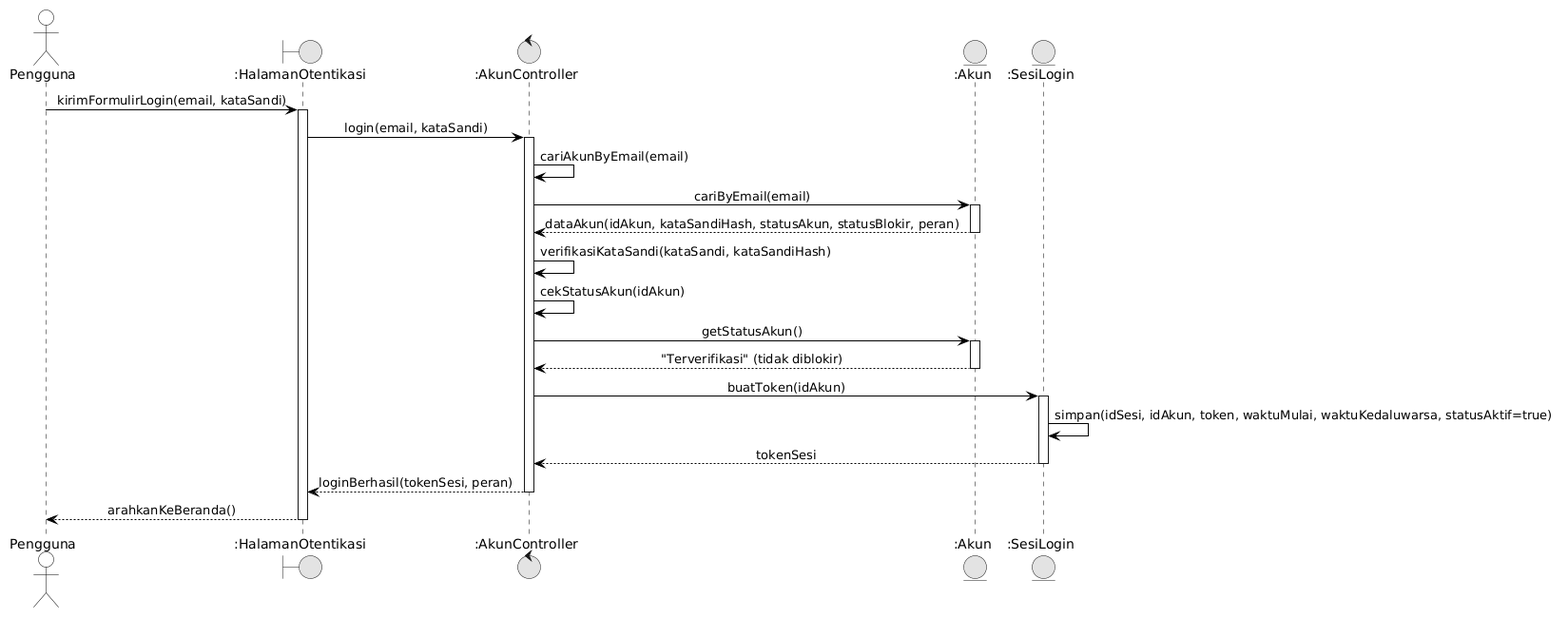
The PlantUML diagram docs/M7/assets/diagram/Sequence_UC03_Normal.png in ghaniyul/IF2150-RPL-K01-G02, before a commit. The source it was exported from:
```plantuml
@startuml
skinparam monochrome true
skinparam shadowing false
skinparam defaultFontName Arial
skinparam sequenceMessageAlign center
skinparam backgroundColor #FFFFFF

skinparam participant {
    BackgroundColor #FFFFFF
    BorderColor #000000
}
skinparam actor {
    BackgroundColor #FFFFFF
    BorderColor #000000
}
skinparam sequence {
    LifeLineBackgroundColor #FFFFFF
    LifeLineBorderColor #000000
    ArrowColor #000000
    ActorBorderColor #000000
    ActorBackgroundColor #FFFFFF
    GroupBorderColor #000000
    GroupBackgroundColor #FFFFFF
}

actor "Pengguna" as User
boundary ":HalamanOtentikasi" as UI
control ":AkunController" as Ctrl
entity ":Akun" as Akun
entity ":SesiLogin" as Sesi

User -> UI: kirimFormulirLogin(email, kataSandi)
activate UI
UI -> Ctrl: login(email, kataSandi)
activate Ctrl
Ctrl -> Ctrl: cariAkunByEmail(email)
Ctrl -> Akun: cariByEmail(email)
activate Akun
Akun --> Ctrl: dataAkun(idAkun, kataSandiHash, statusAkun, statusBlokir, peran)
deactivate Akun

Ctrl -> Ctrl: verifikasiKataSandi(kataSandi, kataSandiHash)
Ctrl -> Ctrl: cekStatusAkun(idAkun)
Ctrl -> Akun: getStatusAkun()
activate Akun
Akun --> Ctrl: "Terverifikasi" (tidak diblokir)
deactivate Akun

Ctrl -> Sesi: buatToken(idAkun)
activate Sesi
Sesi -> Sesi: simpan(idSesi, idAkun, token, waktuMulai, waktuKedaluwarsa, statusAktif=true)
Sesi --> Ctrl: tokenSesi
deactivate Sesi

Ctrl --> UI: loginBerhasil(tokenSesi, peran)
deactivate Ctrl
UI --> User: arahkanKeBeranda()
deactivate UI
@enduml
```
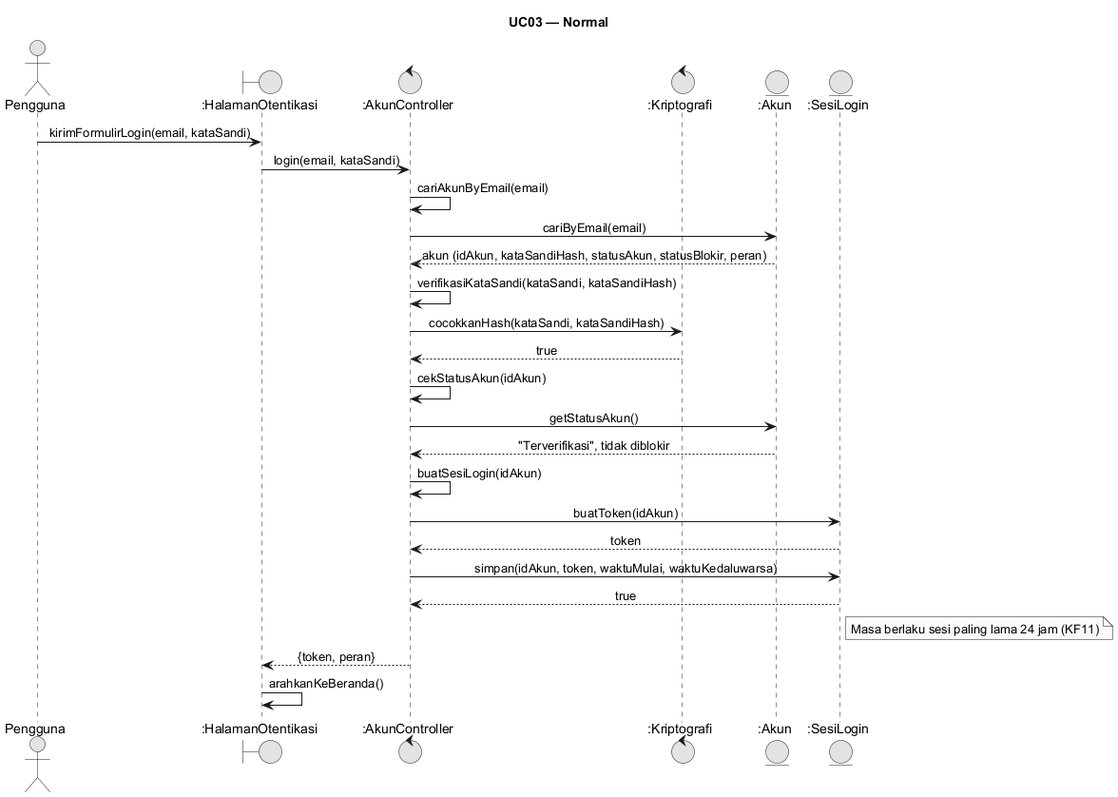
The same file after the commit.

Diff of the diagram source:
```diff
@@ -4,56 +4,31 @@
 skinparam defaultFontName Arial
 skinparam sequenceMessageAlign center
 skinparam backgroundColor #FFFFFF
-
-skinparam participant {
-    BackgroundColor #FFFFFF
-    BorderColor #000000
-}
-skinparam actor {
-    BackgroundColor #FFFFFF
-    BorderColor #000000
-}
-skinparam sequence {
-    LifeLineBackgroundColor #FFFFFF
-    LifeLineBorderColor #000000
-    ArrowColor #000000
-    ActorBorderColor #000000
-    ActorBackgroundColor #FFFFFF
-    GroupBorderColor #000000
-    GroupBackgroundColor #FFFFFF
-}
-
+skinparam responseMessageBelowArrow true
+title UC03 — Normal
 actor "Pengguna" as User
-boundary ":HalamanOtentikasi" as UI
-control ":AkunController" as Ctrl
+boundary ":HalamanOtentikasi" as UIo
+control ":AkunController" as AC
+control ":Kriptografi" as Kr
 entity ":Akun" as Akun
 entity ":SesiLogin" as Sesi
-
-User -> UI: kirimFormulirLogin(email, kataSandi)
-activate UI
-UI -> Ctrl: login(email, kataSandi)
-activate Ctrl
-Ctrl -> Ctrl: cariAkunByEmail(email)
-Ctrl -> Akun: cariByEmail(email)
-activate Akun
-Akun --> Ctrl: dataAkun(idAkun, kataSandiHash, statusAkun, statusBlokir, peran)
-deactivate Akun
-
-Ctrl -> Ctrl: verifikasiKataSandi(kataSandi, kataSandiHash)
-Ctrl -> Ctrl: cekStatusAkun(idAkun)
-Ctrl -> Akun: getStatusAkun()
-activate Akun
-Akun --> Ctrl: "Terverifikasi" (tidak diblokir)
-deactivate Akun
-
-Ctrl -> Sesi: buatToken(idAkun)
-activate Sesi
-Sesi -> Sesi: simpan(idSesi, idAkun, token, waktuMulai, waktuKedaluwarsa, statusAktif=true)
-Sesi --> Ctrl: tokenSesi
-deactivate Sesi
-
-Ctrl --> UI: loginBerhasil(tokenSesi, peran)
-deactivate Ctrl
-UI --> User: arahkanKeBeranda()
-deactivate UI
+User -> UIo: kirimFormulirLogin(email, kataSandi)
+UIo -> AC: login(email, kataSandi)
+AC -> AC: cariAkunByEmail(email)
+AC -> Akun: cariByEmail(email)
+Akun --> AC: akun (idAkun, kataSandiHash, statusAkun, statusBlokir, peran)
+AC -> AC: verifikasiKataSandi(kataSandi, kataSandiHash)
+AC -> Kr: cocokkanHash(kataSandi, kataSandiHash)
+Kr --> AC: true
+AC -> AC: cekStatusAkun(idAkun)
+AC -> Akun: getStatusAkun()
+Akun --> AC: "Terverifikasi", tidak diblokir
+AC -> AC: buatSesiLogin(idAkun)
+AC -> Sesi: buatToken(idAkun)
+Sesi --> AC: token
+AC -> Sesi: simpan(idAkun, token, waktuMulai, waktuKedaluwarsa)
+Sesi --> AC: true
+note right of Sesi: Masa berlaku sesi paling lama 24 jam (KF11)
+AC --> UIo: {token, peran}
+UIo -> UIo: arahkanKeBeranda()
 @enduml
```
